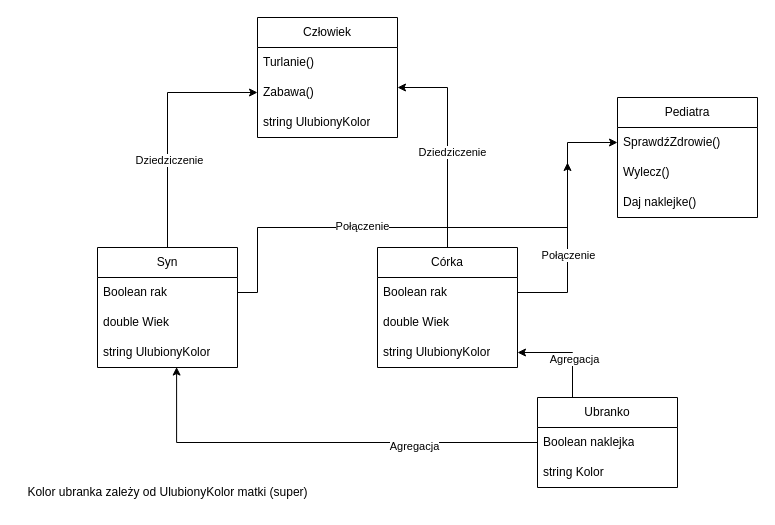
Earlier version of the draw.io diagram PSiO lab 4 - diagram.drawio (JanMaciuk/PSiO_Lab_4). Source tidied: cells renumbered, new cells numbered last; positions are measured from the earlier drawing's top-left corner, leaving out a move shared by most shapes. Both pictures are drawn from the tidied source at 100%, with x=0, y=0 at pixel (17, 17).
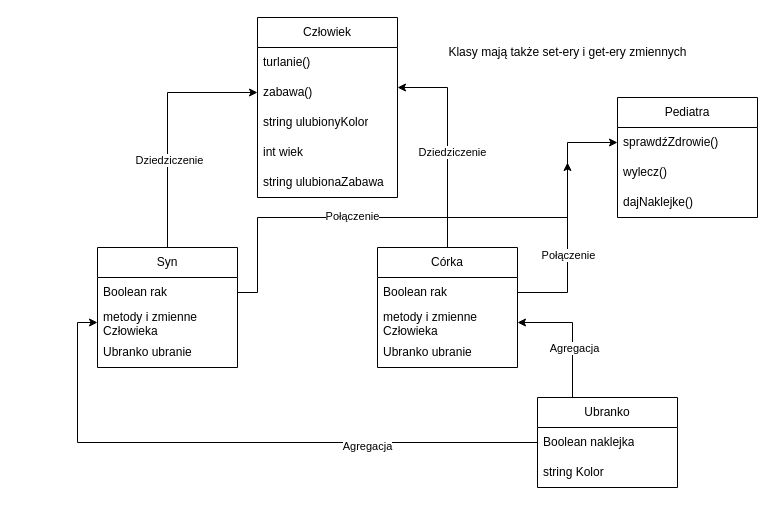
After the change.

Commit message (it also covers changes not shown here):
Update diagram, adjust method names to  convention

Unchanged cells that the change refers to:
```xml
<mxCell id="8" value="Syn" style="swimlane;fontStyle=0;horizontal=1;startSize=30;whiteSpace=wrap;html=1;" parent="1" vertex="1">
  <mxGeometry x="80" y="230" width="140" height="120" as="geometry" />
</mxCell>
<mxCell id="9" value="Boolean rak" style="text;strokeColor=none;fillColor=none;align=left;verticalAlign=middle;spacingLeft=4;spacingRight=4;overflow=hidden;points=[[0,0.5],[1,0.5]];portConstraint=eastwest;whiteSpace=wrap;html=1;" parent="8" vertex="1">
  <mxGeometry y="30" width="140" height="30" as="geometry" />
</mxCell>
<mxCell id="14" value="Córka" style="swimlane;fontStyle=0;horizontal=1;startSize=30;whiteSpace=wrap;html=1;" parent="1" vertex="1">
  <mxGeometry x="360" y="230" width="140" height="120" as="geometry" />
</mxCell>
<mxCell id="18" value="Pediatra" style="swimlane;fontStyle=0;horizontal=1;startSize=30;whiteSpace=wrap;html=1;" parent="1" vertex="1">
  <mxGeometry x="600" y="80" width="140" height="120" as="geometry" />
</mxCell>
<mxCell id="24" value="Ubranko" style="swimlane;fontStyle=0;horizontal=1;startSize=30;whiteSpace=wrap;html=1;" parent="1" vertex="1">
  <mxGeometry x="520" y="380" width="140" height="90" as="geometry" />
</mxCell>
<mxCell id="25" value="Boolean naklejka" style="text;strokeColor=none;fillColor=none;align=left;verticalAlign=middle;spacingLeft=4;spacingRight=4;overflow=hidden;points=[[0,0.5],[1,0.5]];portConstraint=eastwest;whiteSpace=wrap;html=1;" parent="24" vertex="1">
  <mxGeometry y="30" width="140" height="30" as="geometry" />
</mxCell>
```

Change to the diagram source:
```diff
@@
     <mxCell id="2" value="Człowiek" style="swimlane;fontStyle=0;horizontal=1;startSize=30;whiteSpace=wrap;html=1;" parent="1" vertex="1">
-      <mxGeometry x="240" width="140" height="120" as="geometry" />
+      <mxGeometry x="240" width="140" height="180" as="geometry" />
     </mxCell>
-    <mxCell id="3" value="Turlanie()" style="text;strokeColor=none;fillColor=none;align=left;verticalAlign=middle;spacingLeft=4;spacingRight=4;overflow=hidden;whiteSpace=wrap;html=1;" parent="2" vertex="1">
+    <mxCell id="3" value="turlanie()" style="text;strokeColor=none;fillColor=none;align=left;verticalAlign=middle;spacingLeft=4;spacingRight=4;overflow=hidden;whiteSpace=wrap;html=1;" parent="2" vertex="1">
       <mxGeometry y="30" width="140" height="30" as="geometry" />
     </mxCell>
-    <mxCell id="4" value="Zabawa()" style="text;strokeColor=none;fillColor=none;align=left;verticalAlign=middle;spacingLeft=4;spacingRight=4;overflow=hidden;points=[[0,0.5],[1,0.5]];portConstraint=eastwest;whiteSpace=wrap;html=1;" parent="2" vertex="1">
+    <mxCell id="4" value="zabawa()" style="text;strokeColor=none;fillColor=none;align=left;verticalAlign=middle;spacingLeft=4;spacingRight=4;overflow=hidden;points=[[0,0.5],[1,0.5]];portConstraint=eastwest;whiteSpace=wrap;html=1;" parent="2" vertex="1">
       <mxGeometry y="60" width="140" height="30" as="geometry" />
     </mxCell>
-    <mxCell id="5" value="string UlubionyKolor" style="text;strokeColor=none;fillColor=none;align=left;verticalAlign=middle;spacingLeft=4;spacingRight=4;overflow=hidden;whiteSpace=wrap;html=1;" parent="2" vertex="1">
+    <mxCell id="5" value="string ulubionyKolor" style="text;strokeColor=none;fillColor=none;align=left;verticalAlign=middle;spacingLeft=4;spacingRight=4;overflow=hidden;whiteSpace=wrap;html=1;" parent="2" vertex="1">
       <mxGeometry y="90" width="140" height="30" as="geometry" />
     </mxCell>
+    <mxCell id="34" value="int wiek" style="text;strokeColor=none;fillColor=none;align=left;verticalAlign=middle;spacingLeft=4;spacingRight=4;overflow=hidden;whiteSpace=wrap;html=1;" parent="2" vertex="1">
+      <mxGeometry y="120" width="140" height="30" as="geometry" />
+    </mxCell>
+    <mxCell id="35" value="string ulubionaZabawa" style="text;strokeColor=none;fillColor=none;align=left;verticalAlign=middle;spacingLeft=4;spacingRight=4;overflow=hidden;whiteSpace=wrap;html=1;" parent="2" vertex="1">
+      <mxGeometry y="150" width="140" height="30" as="geometry" />
+    </mxCell>
@@
-    <mxCell id="10" value="double Wiek" style="text;strokeColor=none;fillColor=none;align=left;verticalAlign=middle;spacingLeft=4;spacingRight=4;overflow=hidden;points=[[0,0.5],[1,0.5]];portConstraint=eastwest;whiteSpace=wrap;html=1;" parent="8" vertex="1">
+    <mxCell id="10" value="metody i zmienne Człowieka" style="text;strokeColor=none;fillColor=none;align=left;verticalAlign=middle;spacingLeft=4;spacingRight=4;overflow=hidden;points=[[0,0.5],[1,0.5]];portConstraint=eastwest;whiteSpace=wrap;html=1;" parent="8" vertex="1">
       <mxGeometry y="60" width="140" height="30" as="geometry" />
     </mxCell>
-    <mxCell id="11" value="string UlubionyKolor" style="text;strokeColor=none;fillColor=none;align=left;verticalAlign=middle;spacingLeft=4;spacingRight=4;overflow=hidden;points=[[0,0.5],[1,0.5]];portConstraint=eastwest;whiteSpace=wrap;html=1;" parent="8" vertex="1">
-      <mxGeometry y="90" width="140" height="30" as="geometry" />
-    </mxCell>
+    <mxCell id="36" value="Ubranko ubranie" style="text;strokeColor=none;fillColor=none;align=left;verticalAlign=middle;spacingLeft=4;spacingRight=4;overflow=hidden;whiteSpace=wrap;html=1;" parent="8" vertex="1">
+      <mxGeometry y="90" width="140" height="30" as="geometry" />
+    </mxCell>
@@
-    <mxCell id="16" value="double Wiek" style="text;strokeColor=none;fillColor=none;align=left;verticalAlign=middle;spacingLeft=4;spacingRight=4;overflow=hidden;points=[[0,0.5],[1,0.5]];portConstraint=eastwest;whiteSpace=wrap;html=1;" parent="14" vertex="1">
+    <mxCell id="16" value="metody i zmienne Człowieka" style="text;strokeColor=none;fillColor=none;align=left;verticalAlign=middle;spacingLeft=4;spacingRight=4;overflow=hidden;points=[[0,0.5],[1,0.5]];portConstraint=eastwest;whiteSpace=wrap;html=1;" parent="14" vertex="1">
       <mxGeometry y="60" width="140" height="30" as="geometry" />
     </mxCell>
-    <mxCell id="17" value="string UlubionyKolor" style="text;strokeColor=none;fillColor=none;align=left;verticalAlign=middle;spacingLeft=4;spacingRight=4;overflow=hidden;points=[[0,0.5],[1,0.5]];portConstraint=eastwest;whiteSpace=wrap;html=1;" parent="14" vertex="1">
-      <mxGeometry y="90" width="140" height="30" as="geometry" />
-    </mxCell>
+    <mxCell id="37" value="Ubranko ubranie" style="text;strokeColor=none;fillColor=none;align=left;verticalAlign=middle;spacingLeft=4;spacingRight=4;overflow=hidden;whiteSpace=wrap;html=1;" parent="14" vertex="1">
+      <mxGeometry y="90" width="140" height="30" as="geometry" />
+    </mxCell>
@@
-    <mxCell id="19" value="SprawdźZdrowie()" style="text;strokeColor=none;fillColor=none;align=left;verticalAlign=middle;spacingLeft=4;spacingRight=4;overflow=hidden;points=[[0,0.5],[1,0.5]];portConstraint=eastwest;whiteSpace=wrap;html=1;" parent="18" vertex="1">
+    <mxCell id="19" value="sprawdźZdrowie()" style="text;strokeColor=none;fillColor=none;align=left;verticalAlign=middle;spacingLeft=4;spacingRight=4;overflow=hidden;points=[[0,0.5],[1,0.5]];portConstraint=eastwest;whiteSpace=wrap;html=1;" parent="18" vertex="1">
       <mxGeometry y="30" width="140" height="30" as="geometry" />
     </mxCell>
-    <mxCell id="20" value="Wylecz()" style="text;strokeColor=none;fillColor=none;align=left;verticalAlign=middle;spacingLeft=4;spacingRight=4;overflow=hidden;whiteSpace=wrap;html=1;" parent="18" vertex="1">
+    <mxCell id="20" value="wylecz()" style="text;strokeColor=none;fillColor=none;align=left;verticalAlign=middle;spacingLeft=4;spacingRight=4;overflow=hidden;whiteSpace=wrap;html=1;" parent="18" vertex="1">
       <mxGeometry y="60" width="140" height="30" as="geometry" />
     </mxCell>
-    <mxCell id="21" value="Daj naklejke()" style="text;strokeColor=none;fillColor=none;align=left;verticalAlign=middle;spacingLeft=4;spacingRight=4;overflow=hidden;whiteSpace=wrap;html=1;" parent="18" vertex="1">
+    <mxCell id="21" value="dajNaklejke()" style="text;strokeColor=none;fillColor=none;align=left;verticalAlign=middle;spacingLeft=4;spacingRight=4;overflow=hidden;whiteSpace=wrap;html=1;" parent="18" vertex="1">
       <mxGeometry y="90" width="140" height="30" as="geometry" />
     </mxCell>
-    <mxCell id="22" style="edgeStyle=orthogonalEdgeStyle;rounded=0;jettySize=auto;html=1;exitX=0.25;exitY=0;exitDx=0;exitDy=0;entryX=1;entryY=0.5;entryDx=0;entryDy=0;" parent="1" edge="1" source="24" target="17">
+    <mxCell id="22" style="edgeStyle=orthogonalEdgeStyle;rounded=0;jettySize=auto;html=1;exitX=0.25;exitY=0;exitDx=0;exitDy=0;entryX=1;entryY=0.5;entryDx=0;entryDy=0;" parent="1" edge="1" source="24" target="16">
       <mxGeometry relative="1" as="geometry" />
     </mxCell>
@@
     <mxCell id="29" style="edgeStyle=orthogonalEdgeStyle;rounded=0;jettySize=auto;html=1;exitX=1;exitY=0.5;exitDx=0;exitDy=0;" parent="1" edge="1" source="9">
       <mxGeometry relative="1" as="geometry">
         <mxPoint x="550" y="145" as="targetPoint" />
         <Array as="points">
           <mxPoint x="240" y="275" />
-          <mxPoint x="240" y="210" />
-          <mxPoint x="550" y="210" />
+          <mxPoint x="240" y="200" />
+          <mxPoint x="550" y="200" />
         </Array>
       </mxGeometry>
     </mxCell>
@@
-    <mxCell id="31" style="edgeStyle=orthogonalEdgeStyle;rounded=0;jettySize=auto;html=1;exitX=0;exitY=0.5;exitDx=0;exitDy=0;entryX=0.565;entryY=0.985;entryDx=0;entryDy=0;entryPerimeter=0;" parent="1" edge="1" source="25" target="11">
+    <mxCell id="31" style="edgeStyle=orthogonalEdgeStyle;rounded=0;jettySize=auto;html=1;exitX=0;exitY=0.5;exitDx=0;exitDy=0;entryX=0;entryY=0.5;entryDx=0;entryDy=0;" parent="1" edge="1" source="25" target="10">
       <mxGeometry relative="1" as="geometry" />
     </mxCell>
@@
-    <mxCell id="33" value="Kolor ubranka zależy od UlubionyKolor matki (super)" style="text;html=1;align=center;verticalAlign=middle;strokeColor=none;fillColor=none;" parent="1" vertex="1">
-      <mxGeometry y="460" width="300" height="30" as="geometry" />
-    </mxCell>
+    <mxCell id="38" value="Klasy mają także set-ery i get-ery zmiennych" style="text;html=1;align=center;verticalAlign=middle;strokeColor=none;fillColor=none;" parent="1" vertex="1">
+      <mxGeometry x="420" y="20" width="260" height="30" as="geometry" />
+    </mxCell>
```
